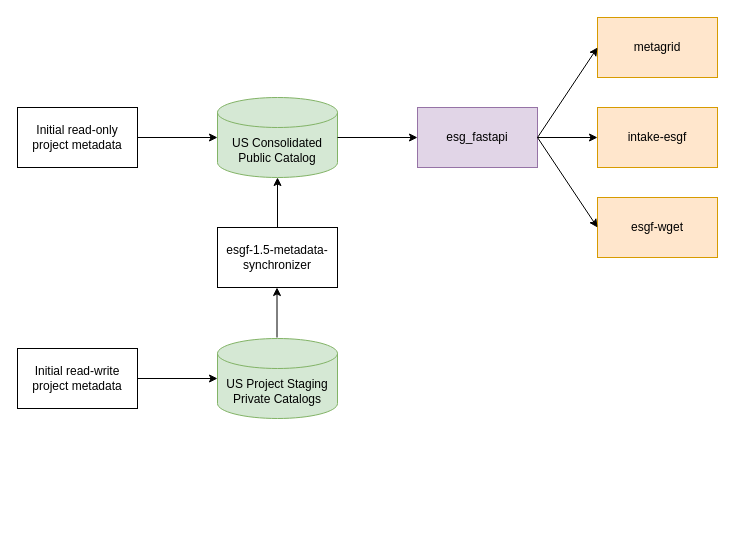
esgf2-us/esgf-1.5-design keeps this draw.io diagram as diagrams/ESGF-1.5 Design.drawio. Above is the earlier version. Source tidied: cells renumbered, new cells numbered last; positions are measured from the earlier drawing's top-left corner, leaving out a move shared by most shapes. Both pictures are drawn from the tidied source at 100%, with x=0, y=0 at pixel (17, 17).
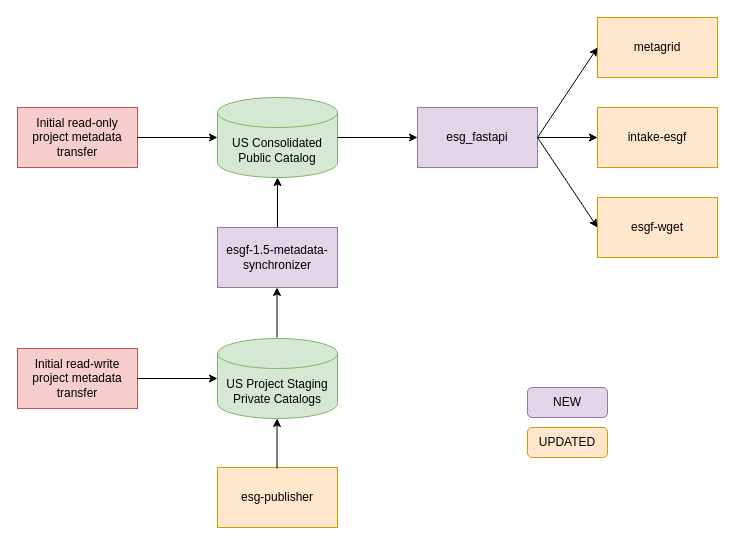
Above is the later version.

The edit, as a diff of the source:
```diff
@@
-    <mxCell id="12" value="Initial read-only project metadata" style="rounded=0;whiteSpace=wrap;html=1;" parent="1" vertex="1">
+    <mxCell id="12" value="Initial read-only project metadata transfer" style="rounded=0;whiteSpace=wrap;html=1;fillColor=#f8cecc;strokeColor=#b85450;" parent="1" vertex="1">
       <mxGeometry y="90" width="120" height="60" as="geometry" />
     </mxCell>
@@
-    <mxCell id="14" value="Initial read-write project metadata" style="rounded=0;whiteSpace=wrap;html=1;" parent="1" vertex="1">
+    <mxCell id="14" value="Initial read-write project metadata transfer" style="rounded=0;whiteSpace=wrap;html=1;fillColor=#f8cecc;strokeColor=#b85450;" parent="1" vertex="1">
       <mxGeometry y="331" width="120" height="60" as="geometry" />
     </mxCell>
@@
-    <mxCell id="16" value="esgf-1.5-metadata-synchronizer" style="rounded=0;whiteSpace=wrap;html=1;" parent="1" vertex="1">
+    <mxCell id="16" value="esgf-1.5-metadata-synchronizer" style="rounded=0;whiteSpace=wrap;html=1;fillColor=#e1d5e7;strokeColor=#9673a6;" parent="1" vertex="1">
       <mxGeometry x="200" y="210" width="120" height="60" as="geometry" />
     </mxCell>
@@
+    <mxCell id="19" value="esg-publisher" style="rounded=0;whiteSpace=wrap;html=1;fillColor=#ffe6cc;strokeColor=#d79b00;" parent="1" vertex="1">
+      <mxGeometry x="200" y="450" width="120" height="60" as="geometry" />
+    </mxCell>
+    <mxCell id="20" style="endArrow=classic;html=1;rounded=0;exitX=0.5;exitY=0;exitDx=0;exitDy=0;entryX=0.5;entryY=1;entryDx=0;entryDy=0;entryPerimeter=0;" parent="1" edge="1">
+      <mxGeometry relative="1" as="geometry">
+        <mxPoint x="259.5" y="451" as="sourcePoint" />
+        <mxPoint x="259.5" y="401" as="targetPoint" />
+      </mxGeometry>
+    </mxCell>
+    <mxCell id="21" value="NEW" style="rounded=1;whiteSpace=wrap;html=1;fillColor=#e1d5e7;strokeColor=#9673a6;" parent="1" vertex="1">
+      <mxGeometry x="510" y="370" width="80" height="30" as="geometry" />
+    </mxCell>
+    <mxCell id="22" value="UPDATED" style="rounded=1;whiteSpace=wrap;html=1;fillColor=#ffe6cc;strokeColor=#d79b00;" parent="1" vertex="1">
+      <mxGeometry x="510" y="410" width="80" height="30" as="geometry" />
+    </mxCell>
```
